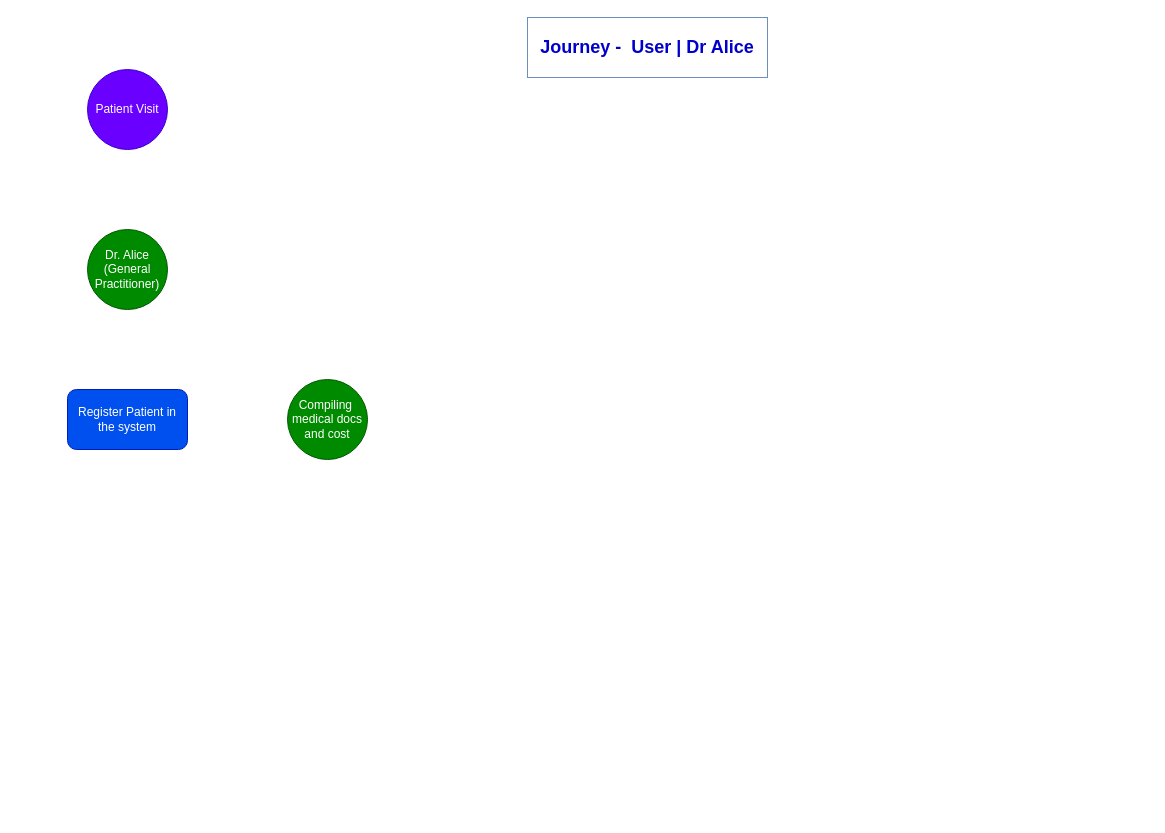
Before: User  Dr Alice Journey.drawio in dabiko/draw-io, a draw.io diagram. Source tidied: cells renumbered, new cells numbered last; positions are measured from the earlier drawing's top-left corner, leaving out a move shared by most shapes. Both pictures are drawn from the tidied source at 100%, with x=0, y=0 at pixel (67, 17).
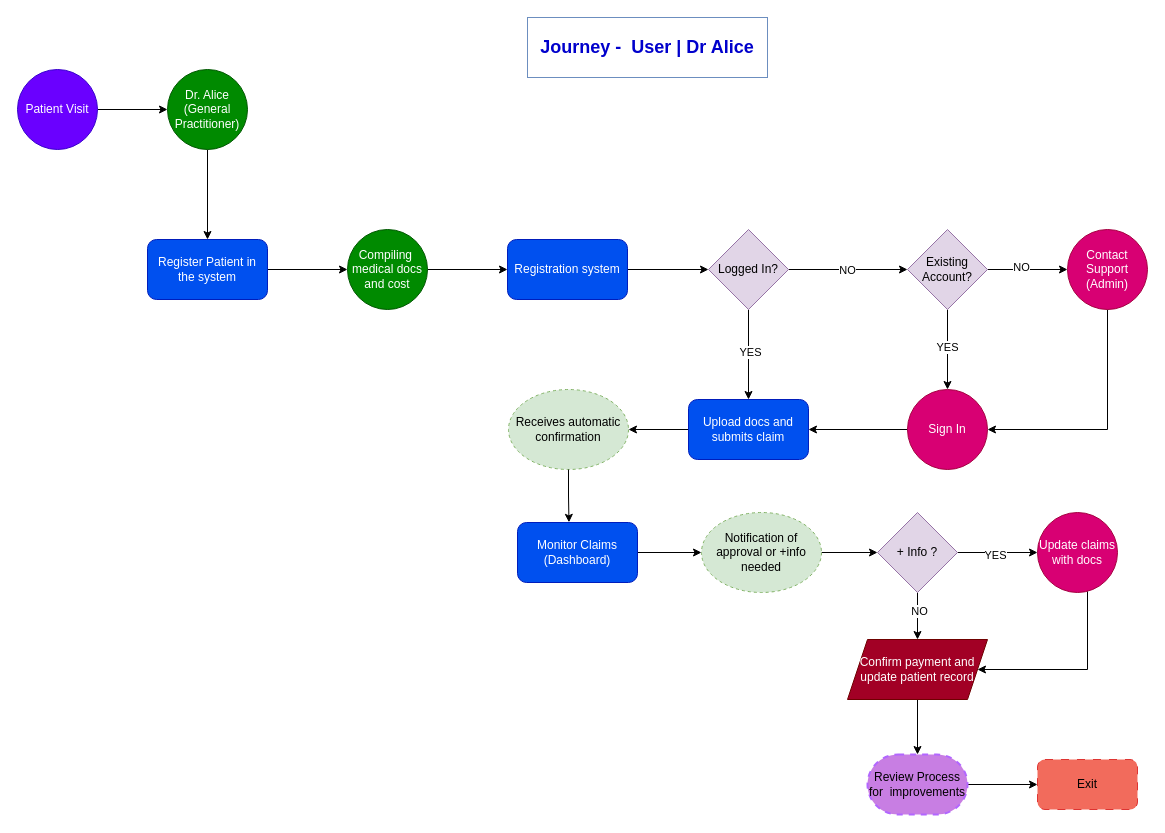
The same page after the edit.

Change to the diagram source:
```diff
@@
+    <mxCell id="7" style="edgeStyle=orthogonalEdgeStyle;rounded=0;jettySize=auto;html=1;entryX=0.5;entryY=0;entryDx=0;entryDy=0;" parent="1" edge="1" source="3" target="5">
+      <mxGeometry relative="1" as="geometry" />
+    </mxCell>
     <mxCell id="3" value="&lt;div style=&quot;&quot;&gt;&lt;span style=&quot;background-color: initial;&quot;&gt;Dr. Alice (General Practitioner)&lt;/span&gt;&lt;/div&gt;" style="ellipse;whiteSpace=wrap;html=1;fillColor=#008a00;strokeColor=#005700;fontColor=#ffffff;align=center;" parent="1" vertex="1">
-      <mxGeometry x="20" y="212" width="80" height="80" as="geometry" />
+      <mxGeometry x="100" y="52" width="80" height="80" as="geometry" />
     </mxCell>
+    <mxCell id="8" style="edgeStyle=orthogonalEdgeStyle;rounded=0;jettySize=auto;html=1;entryX=0;entryY=0.5;entryDx=0;entryDy=0;" parent="1" edge="1" source="4" target="3">
+      <mxGeometry relative="1" as="geometry" />
+    </mxCell>
     <mxCell id="4" value="Patient Visit" style="ellipse;whiteSpace=wrap;html=1;fillColor=#6a00ff;strokeColor=#3700CC;fontColor=#ffffff;" parent="1" vertex="1">
-      <mxGeometry x="20" y="52" width="80" height="80" as="geometry" />
+      <mxGeometry x="-50" y="52" width="80" height="80" as="geometry" />
     </mxCell>
+    <mxCell id="9" style="edgeStyle=orthogonalEdgeStyle;rounded=0;jettySize=auto;html=1;entryX=0;entryY=0.5;entryDx=0;entryDy=0;" parent="1" edge="1" source="5" target="6">
+      <mxGeometry relative="1" as="geometry" />
+    </mxCell>
     <mxCell id="5" value="Register Patient in the system" style="rounded=1;whiteSpace=wrap;html=1;fillColor=#0050ef;fontColor=#ffffff;strokeColor=#001DBC;" parent="1" vertex="1">
-      <mxGeometry y="372" width="120" height="60" as="geometry" />
+      <mxGeometry x="80" y="222" width="120" height="60" as="geometry" />
     </mxCell>
+    <mxCell id="10" style="edgeStyle=orthogonalEdgeStyle;rounded=0;jettySize=auto;html=1;entryX=0;entryY=0.5;entryDx=0;entryDy=0;" parent="1" edge="1" source="6" target="12">
+      <mxGeometry relative="1" as="geometry" />
+    </mxCell>
     <mxCell id="6" value="Compiling&amp;nbsp; medical docs and cost" style="ellipse;whiteSpace=wrap;html=1;fillColor=#008a00;strokeColor=#005700;fontColor=#ffffff;" parent="1" vertex="1">
-      <mxGeometry x="220" y="362" width="80" height="80" as="geometry" />
+      <mxGeometry x="280" y="212" width="80" height="80" as="geometry" />
     </mxCell>
+    <mxCell id="11" style="edgeStyle=orthogonalEdgeStyle;rounded=0;jettySize=auto;html=1;entryX=0;entryY=0.5;entryDx=0;entryDy=0;" parent="1" edge="1" source="12" target="17">
+      <mxGeometry relative="1" as="geometry" />
+    </mxCell>
+    <mxCell id="12" value="Registration system" style="rounded=1;whiteSpace=wrap;html=1;fillColor=#0050ef;fontColor=#ffffff;strokeColor=#001DBC;" parent="1" vertex="1">
+      <mxGeometry x="440" y="222" width="120" height="60" as="geometry" />
+    </mxCell>
+    <mxCell id="13" style="edgeStyle=orthogonalEdgeStyle;rounded=0;jettySize=auto;html=1;entryX=0.5;entryY=0;entryDx=0;entryDy=0;" parent="1" edge="1" source="17" target="19">
+      <mxGeometry relative="1" as="geometry" />
+    </mxCell>
+    <mxCell id="14" value="YES" style="edgeLabel;html=1;align=center;verticalAlign=middle;" parent="13" vertex="1">
+      <mxGeometry x="-0.06" y="1" relative="1" as="geometry" />
+    </mxCell>
+    <mxCell id="15" style="edgeStyle=orthogonalEdgeStyle;rounded=0;jettySize=auto;html=1;" parent="1" edge="1" source="17" target="24">
+      <mxGeometry relative="1" as="geometry" />
+    </mxCell>
+    <mxCell id="16" value="NO" style="edgeLabel;html=1;align=center;verticalAlign=middle;" parent="15" vertex="1">
+      <mxGeometry x="-0.03" relative="1" as="geometry" />
+    </mxCell>
+    <mxCell id="17" value="Logged In?" style="rhombus;whiteSpace=wrap;html=1;fillColor=#e1d5e7;strokeColor=#9673a6;" parent="1" vertex="1">
+      <mxGeometry x="641" y="212" width="80" height="80" as="geometry" />
+    </mxCell>
+    <mxCell id="18" style="edgeStyle=orthogonalEdgeStyle;rounded=0;jettySize=auto;html=1;" parent="1" edge="1" source="19" target="29">
+      <mxGeometry relative="1" as="geometry" />
+    </mxCell>
+    <mxCell id="19" value="Upload docs and submits claim" style="rounded=1;whiteSpace=wrap;html=1;fillColor=#0050ef;fontColor=#ffffff;strokeColor=#001DBC;" parent="1" vertex="1">
+      <mxGeometry x="621" y="382" width="120" height="60" as="geometry" />
+    </mxCell>
+    <mxCell id="20" style="edgeStyle=orthogonalEdgeStyle;rounded=0;jettySize=auto;html=1;" parent="1" edge="1" source="24" target="26">
+      <mxGeometry relative="1" as="geometry" />
+    </mxCell>
+    <mxCell id="21" value="YES" style="edgeLabel;html=1;align=center;verticalAlign=middle;" parent="20" vertex="1">
+      <mxGeometry x="-0.08" y="-1" relative="1" as="geometry" />
+    </mxCell>
+    <mxCell id="22" style="edgeStyle=orthogonalEdgeStyle;rounded=0;jettySize=auto;html=1;" parent="1" edge="1" source="24" target="28">
+      <mxGeometry relative="1" as="geometry" />
+    </mxCell>
+    <mxCell id="23" value="NO" style="edgeLabel;html=1;align=center;verticalAlign=middle;" parent="22" vertex="1">
+      <mxGeometry x="-0.2" y="3" relative="1" as="geometry">
+        <mxPoint x="1" as="offset" />
+      </mxGeometry>
+    </mxCell>
+    <mxCell id="24" value="Existing Account?" style="rhombus;whiteSpace=wrap;html=1;fillColor=#e1d5e7;strokeColor=#9673a6;" parent="1" vertex="1">
+      <mxGeometry x="840" y="212" width="80" height="80" as="geometry" />
+    </mxCell>
+    <mxCell id="25" style="edgeStyle=orthogonalEdgeStyle;rounded=0;jettySize=auto;html=1;" parent="1" edge="1" source="26" target="19">
+      <mxGeometry relative="1" as="geometry" />
+    </mxCell>
+    <mxCell id="26" value="Sign In" style="ellipse;whiteSpace=wrap;html=1;fillColor=#d80073;strokeColor=#A50040;fontColor=#ffffff;" parent="1" vertex="1">
+      <mxGeometry x="840" y="372" width="80" height="80" as="geometry" />
+    </mxCell>
+    <mxCell id="27" style="edgeStyle=orthogonalEdgeStyle;rounded=0;jettySize=auto;html=1;entryX=1;entryY=0.5;entryDx=0;entryDy=0;" parent="1" edge="1" source="28" target="26">
+      <mxGeometry relative="1" as="geometry">
+        <Array as="points">
+          <mxPoint x="1040" y="412" />
+        </Array>
+      </mxGeometry>
+    </mxCell>
+    <mxCell id="28" value="Contact Support (Admin)" style="ellipse;whiteSpace=wrap;html=1;fillColor=#d80073;strokeColor=#A50040;fontColor=#ffffff;" parent="1" vertex="1">
+      <mxGeometry x="1000" y="212" width="80" height="80" as="geometry" />
+    </mxCell>
+    <mxCell id="29" value="Receives automatic confirmation" style="ellipse;whiteSpace=wrap;html=1;fillColor=#d5e8d4;strokeColor=#82b366;dashed=1;" parent="1" vertex="1">
+      <mxGeometry x="441" y="372" width="120" height="80" as="geometry" />
+    </mxCell>
+    <mxCell id="30" style="edgeStyle=orthogonalEdgeStyle;rounded=0;jettySize=auto;html=1;entryX=0;entryY=0.5;entryDx=0;entryDy=0;" parent="1" edge="1" source="31" target="33">
+      <mxGeometry relative="1" as="geometry" />
+    </mxCell>
+    <mxCell id="31" value="Monitor Claims (Dashboard)" style="rounded=1;whiteSpace=wrap;html=1;fillColor=#0050ef;fontColor=#ffffff;strokeColor=#001DBC;" parent="1" vertex="1">
+      <mxGeometry x="450" y="505" width="120" height="60" as="geometry" />
+    </mxCell>
+    <mxCell id="32" style="edgeStyle=orthogonalEdgeStyle;rounded=0;jettySize=auto;html=1;" parent="1" edge="1" source="33" target="44">
+      <mxGeometry relative="1" as="geometry" />
+    </mxCell>
+    <mxCell id="33" value="Notification of approval or +info needed" style="ellipse;whiteSpace=wrap;html=1;fillColor=#d5e8d4;strokeColor=#82b366;dashed=1;" parent="1" vertex="1">
+      <mxGeometry x="634" y="495" width="120" height="80" as="geometry" />
+    </mxCell>
+    <mxCell id="34" style="edgeStyle=orthogonalEdgeStyle;rounded=0;jettySize=auto;html=1;" parent="1" edge="1" source="35" target="36">
+      <mxGeometry relative="1" as="geometry" />
+    </mxCell>
+    <mxCell id="35" value="Review Process for&amp;nbsp; improvements" style="strokeWidth=2;html=1;shape=mxgraph.flowchart.terminator;whiteSpace=wrap;fillColor=#c87ee3;dashed=1;strokeColor=#B266FF;" parent="1" vertex="1">
+      <mxGeometry x="800" y="737" width="100" height="60" as="geometry" />
+    </mxCell>
+    <mxCell id="36" value="Exit" style="rounded=1;whiteSpace=wrap;html=1;fillColor=#ef4734;strokeColor=#D71515;dashed=1;dashPattern=8 8;fillStyle=solid;gradientColor=none;opacity=80;" parent="1" vertex="1">
+      <mxGeometry x="970" y="742" width="100" height="50" as="geometry" />
+    </mxCell>
+    <mxCell id="37" style="edgeStyle=orthogonalEdgeStyle;rounded=0;jettySize=auto;html=1;entryX=0.429;entryY=-0.003;entryDx=0;entryDy=0;entryPerimeter=0;" parent="1" edge="1" source="29" target="31">
+      <mxGeometry relative="1" as="geometry" />
+    </mxCell>
+    <mxCell id="38" style="edgeStyle=orthogonalEdgeStyle;rounded=0;jettySize=auto;html=1;" parent="1" edge="1" source="39" target="35">
+      <mxGeometry relative="1" as="geometry" />
+    </mxCell>
+    <mxCell id="39" value="Confirm payment and update patient record" style="shape=parallelogram;perimeter=parallelogramPerimeter;whiteSpace=wrap;html=1;fixedSize=1;fillColor=#a20025;fontColor=#ffffff;strokeColor=#6F0000;" parent="1" vertex="1">
+      <mxGeometry x="780" y="622" width="140" height="60" as="geometry" />
+    </mxCell>
+    <mxCell id="40" style="edgeStyle=orthogonalEdgeStyle;rounded=0;jettySize=auto;html=1;" parent="1" edge="1" source="44" target="46">
+      <mxGeometry relative="1" as="geometry" />
+    </mxCell>
+    <mxCell id="41" value="YES" style="edgeLabel;html=1;align=center;verticalAlign=middle;" parent="40" vertex="1">
+      <mxGeometry x="-0.07" y="-2" relative="1" as="geometry" />
+    </mxCell>
+    <mxCell id="42" style="edgeStyle=orthogonalEdgeStyle;rounded=0;jettySize=auto;html=1;" parent="1" edge="1" source="44" target="39">
+      <mxGeometry relative="1" as="geometry" />
+    </mxCell>
+    <mxCell id="43" value="NO" style="edgeLabel;html=1;align=center;verticalAlign=middle;" parent="42" vertex="1">
+      <mxGeometry x="-0.25" y="1" relative="1" as="geometry" />
+    </mxCell>
+    <mxCell id="44" value="+ Info ?" style="rhombus;whiteSpace=wrap;html=1;fillColor=#e1d5e7;strokeColor=#9673a6;" parent="1" vertex="1">
+      <mxGeometry x="810" y="495" width="80" height="80" as="geometry" />
+    </mxCell>
+    <mxCell id="45" style="edgeStyle=orthogonalEdgeStyle;rounded=0;jettySize=auto;html=1;" parent="1" edge="1" source="46" target="39">
+      <mxGeometry relative="1" as="geometry">
+        <Array as="points">
+          <mxPoint x="1020" y="652" />
+        </Array>
+      </mxGeometry>
+    </mxCell>
+    <mxCell id="46" value="Update claims with docs" style="ellipse;whiteSpace=wrap;html=1;fillColor=#d80073;strokeColor=#A50040;fontColor=#ffffff;" parent="1" vertex="1">
+      <mxGeometry x="970" y="495" width="80" height="80" as="geometry" />
+    </mxCell>
```
